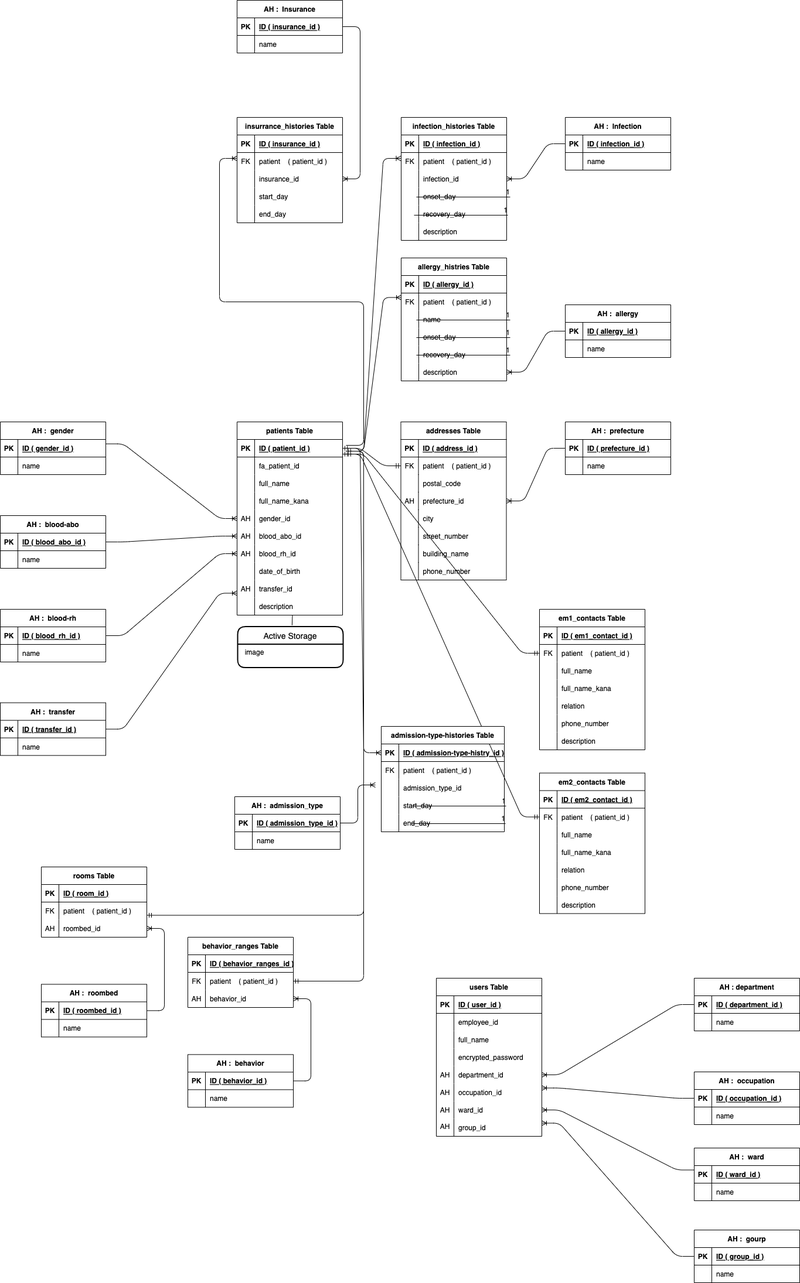
The draw.io diagram ER.png in Koi115/ekar, before a commit. Source tidied: cells renumbered, new cells last; positions are measured from the earlier drawing's top-left corner, leaving out a move shared by most shapes.
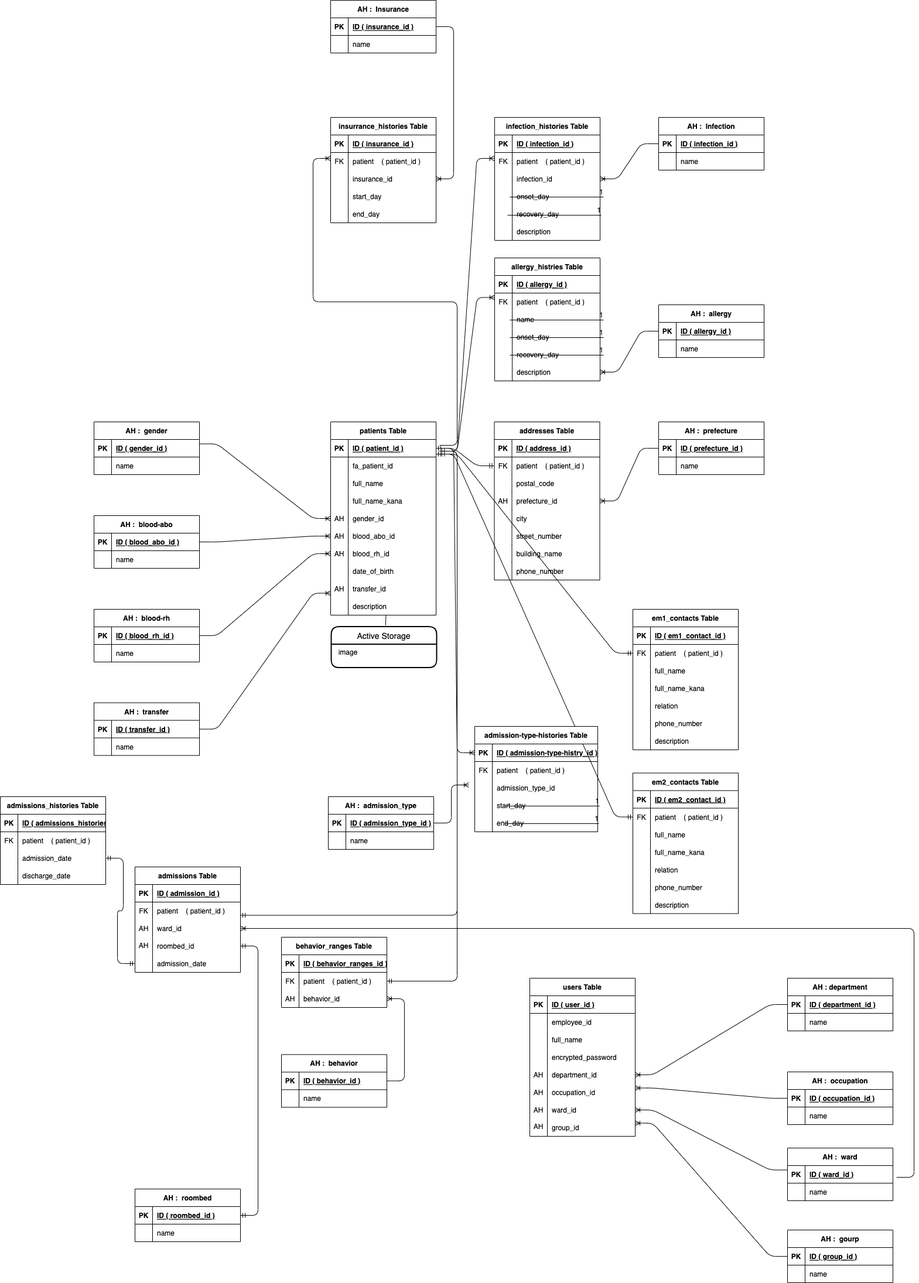
The same file after the commit.

Diff of the diagram source:
```diff
@@ -921,8 +921,8 @@
         <mxPoint x="640" y="1340" as="targetPoint" />
       </mxGeometry>
     </mxCell>
-    <mxCell id="303" value="rooms Table" style="shape=table;startSize=30;rowLines=0;fontStyle=1;align=center;" parent="1" vertex="1">
-      <mxGeometry x="70" y="1480" width="180" height="120" as="geometry" />
+    <mxCell id="303" value="admissions Table" style="shape=table;startSize=30;rowLines=0;fontStyle=1;align=center;" parent="1" vertex="1">
+      <mxGeometry x="70" y="1480" width="180" height="180" as="geometry" />
     </mxCell>
     <mxCell id="304" style="shape=tableRow;horizontal=0;startSize=0;swimlaneHead=0;swimlaneBody=0;fillColor=none;top=0;left=0;right=0;bottom=1;" parent="303" vertex="1">
       <mxGeometry y="30" width="180" height="30" as="geometry" />
@@ -930,7 +930,7 @@
     <mxCell id="305" value="PK" style="shape=partialRectangle;fillColor=none;top=0;left=0;bottom=0;right=0;fontStyle=1;overflow=hidden;" parent="304" vertex="1">
       <mxGeometry width="30" height="30" as="geometry" />
     </mxCell>
-    <mxCell id="306" value="ID ( room_id )" style="shape=partialRectangle;fillColor=none;top=0;left=0;bottom=0;right=0;align=left;spacingLeft=6;fontStyle=5;overflow=hidden;" parent="304" vertex="1">
+    <mxCell id="306" value="ID ( admission_id )" style="shape=partialRectangle;fillColor=none;top=0;left=0;bottom=0;right=0;align=left;spacingLeft=6;fontStyle=5;overflow=hidden;" parent="304" vertex="1">
       <mxGeometry x="30" width="150" height="30" as="geometry" />
     </mxCell>
     <mxCell id="307" style="shape=tableRow;horizontal=0;startSize=0;swimlaneHead=0;swimlaneBody=0;fillColor=none;top=0;left=0;right=0;bottom=0;" parent="303" vertex="1">
@@ -948,16 +948,34 @@
     <mxCell id="311" style="shape=partialRectangle;fillColor=none;top=0;left=0;bottom=0;right=0;overflow=hidden;" parent="310" vertex="1">
       <mxGeometry width="30" height="30" as="geometry" />
     </mxCell>
-    <mxCell id="312" value="roombed_id" style="shape=partialRectangle;fillColor=none;top=0;left=0;bottom=0;right=0;align=left;spacingLeft=6;overflow=hidden;" parent="310" vertex="1">
+    <mxCell id="312" value="ward_id" style="shape=partialRectangle;fillColor=none;top=0;left=0;bottom=0;right=0;align=left;spacingLeft=6;overflow=hidden;" parent="310" vertex="1">
       <mxGeometry x="30" width="150" height="30" as="geometry" />
     </mxCell>
+    <mxCell id="374" style="shape=tableRow;horizontal=0;startSize=0;swimlaneHead=0;swimlaneBody=0;fillColor=none;top=0;left=0;right=0;bottom=0;" parent="303" vertex="1">
+      <mxGeometry y="120" width="180" height="30" as="geometry" />
+    </mxCell>
+    <mxCell id="375" style="shape=partialRectangle;fillColor=none;top=0;left=0;bottom=0;right=0;overflow=hidden;" parent="374" vertex="1">
+      <mxGeometry width="30" height="30" as="geometry" />
+    </mxCell>
+    <mxCell id="376" value="roombed_id" style="shape=partialRectangle;fillColor=none;top=0;left=0;bottom=0;right=0;align=left;spacingLeft=6;overflow=hidden;" parent="374" vertex="1">
+      <mxGeometry x="30" width="150" height="30" as="geometry" />
+    </mxCell>
+    <mxCell id="377" style="shape=tableRow;horizontal=0;startSize=0;swimlaneHead=0;swimlaneBody=0;fillColor=none;top=0;left=0;right=0;bottom=0;" parent="303" vertex="1">
+      <mxGeometry y="150" width="180" height="30" as="geometry" />
+    </mxCell>
+    <mxCell id="378" style="shape=partialRectangle;fillColor=none;top=0;left=0;bottom=0;right=0;overflow=hidden;" parent="377" vertex="1">
+      <mxGeometry width="30" height="30" as="geometry" />
+    </mxCell>
+    <mxCell id="379" value="admission_date" style="shape=partialRectangle;fillColor=none;top=0;left=0;bottom=0;right=0;align=left;spacingLeft=6;overflow=hidden;" parent="377" vertex="1">
+      <mxGeometry x="30" width="150" height="30" as="geometry" />
+    </mxCell>
     <mxCell id="313" style="edgeStyle=entityRelationEdgeStyle;fontSize=12;html=1;endArrow=ERmandOne;startArrow=ERmandOne;entryX=1;entryY=0.75;entryDx=0;entryDy=0;" parent="1" edge="1" target="309">
       <mxGeometry relative="1" as="geometry">
         <mxPoint x="590" y="770" as="sourcePoint" />
       </mxGeometry>
     </mxCell>
     <mxCell id="314" value="AH :  roombed" style="shape=table;startSize=30;rowLines=0;fontStyle=1;align=center;" parent="1" vertex="1">
-      <mxGeometry x="70" y="1680.4" width="180" height="90" as="geometry" />
+      <mxGeometry x="70" y="2030" width="180" height="90" as="geometry" />
     </mxCell>
     <mxCell id="315" style="shape=tableRow;horizontal=0;startSize=0;swimlaneHead=0;swimlaneBody=0;fillColor=none;top=0;left=0;right=0;bottom=1;" parent="314" vertex="1">
       <mxGeometry y="30" width="180" height="30" as="geometry" />
@@ -977,9 +995,9 @@
     <mxCell id="320" value="name" style="shape=partialRectangle;fillColor=none;top=0;left=0;bottom=0;right=0;align=left;spacingLeft=6;fontStyle=0;overflow=hidden;" parent="318" vertex="1">
       <mxGeometry x="30" width="150" height="30" as="geometry" />
     </mxCell>
-    <mxCell id="321" style="edgeStyle=entityRelationEdgeStyle;fontSize=12;html=1;endArrow=ERoneToMany;exitX=1;exitY=0.5;exitDx=0;exitDy=0;entryX=1;entryY=0.5;entryDx=0;entryDy=0;exitPerimeter=0;" parent="1" edge="1" source="317" target="312">
-      <mxGeometry relative="1" as="geometry" />
-    </mxCell>
+    <mxCell id="380" style="edgeStyle=none;html=1;" parent="1" edge="1" source="322" target="312">
+      <mxGeometry relative="1" as="geometry" />
+    </mxCell>
     <mxCell id="322" value="AH" style="shape=partialRectangle;fillColor=none;top=0;left=0;bottom=0;right=0;fontStyle=0;overflow=hidden;" parent="1" vertex="1">
       <mxGeometry x="70" y="1570" width="30" height="30" as="geometry" />
     </mxCell>
@@ -1159,5 +1177,63 @@
     <mxCell id="373" style="edgeStyle=entityRelationEdgeStyle;fontSize=12;html=1;endArrow=ERoneToMany;exitX=0;exitY=0.5;exitDx=0;exitDy=0;entryX=1;entryY=0.25;entryDx=0;entryDy=0;" parent="1" edge="1" source="368" target="26">
       <mxGeometry relative="1" as="geometry" />
     </mxCell>
+    <mxCell id="381" value="AH" style="shape=partialRectangle;fillColor=none;top=0;left=0;bottom=0;right=0;fontStyle=0;overflow=hidden;" parent="1" vertex="1">
+      <mxGeometry x="70" y="1599" width="30" height="30" as="geometry" />
+    </mxCell>
+    <mxCell id="382" style="edgeStyle=entityRelationEdgeStyle;fontSize=12;html=1;endArrow=ERmandOne;startArrow=ERmandOne;entryX=1;entryY=0.5;entryDx=0;entryDy=0;exitX=1;exitY=0.5;exitDx=0;exitDy=0;" parent="1" edge="1" source="317" target="376">
+      <mxGeometry relative="1" as="geometry" />
+    </mxCell>
+    <mxCell id="383" value="admissions_histories Table" style="shape=table;startSize=30;rowLines=0;fontStyle=1;align=center;" parent="1" vertex="1">
+      <mxGeometry x="-160" y="1360" width="180" height="150" as="geometry" />
+    </mxCell>
+    <mxCell id="384" style="shape=tableRow;horizontal=0;startSize=0;swimlaneHead=0;swimlaneBody=0;fillColor=none;top=0;left=0;right=0;bottom=1;" parent="383" vertex="1">
+      <mxGeometry y="30" width="180" height="30" as="geometry" />
+    </mxCell>
+    <mxCell id="385" value="PK" style="shape=partialRectangle;fillColor=none;top=0;left=0;bottom=0;right=0;fontStyle=1;overflow=hidden;" parent="384" vertex="1">
+      <mxGeometry width="30" height="30" as="geometry" />
+    </mxCell>
+    <mxCell id="386" value="ID ( admissions_histories_id )" style="shape=partialRectangle;fillColor=none;top=0;left=0;bottom=0;right=0;align=left;spacingLeft=6;fontStyle=5;overflow=hidden;" parent="384" vertex="1">
+      <mxGeometry x="30" width="150" height="30" as="geometry" />
+    </mxCell>
+    <mxCell id="387" style="shape=tableRow;horizontal=0;startSize=0;swimlaneHead=0;swimlaneBody=0;fillColor=none;top=0;left=0;right=0;bottom=0;" parent="383" vertex="1">
+      <mxGeometry y="60" width="180" height="30" as="geometry" />
+    </mxCell>
+    <mxCell id="388" value="FK" style="shape=partialRectangle;fillColor=none;top=0;left=0;bottom=0;right=0;fontStyle=0;overflow=hidden;" parent="387" vertex="1">
+      <mxGeometry width="30" height="30" as="geometry" />
+    </mxCell>
+    <mxCell id="389" value="patient    ( patient_id )" style="shape=partialRectangle;fillColor=none;top=0;left=0;bottom=0;right=0;align=left;spacingLeft=6;fontStyle=0;overflow=hidden;" parent="387" vertex="1">
+      <mxGeometry x="30" width="150" height="30" as="geometry" />
+    </mxCell>
+    <mxCell id="390" style="shape=tableRow;horizontal=0;startSize=0;swimlaneHead=0;swimlaneBody=0;fillColor=none;top=0;left=0;right=0;bottom=0;" parent="383" vertex="1">
+      <mxGeometry y="90" width="180" height="30" as="geometry" />
+    </mxCell>
+    <mxCell id="391" style="shape=partialRectangle;fillColor=none;top=0;left=0;bottom=0;right=0;overflow=hidden;" parent="390" vertex="1">
+      <mxGeometry width="30" height="30" as="geometry" />
+    </mxCell>
+    <mxCell id="392" value="admission_date" style="shape=partialRectangle;fillColor=none;top=0;left=0;bottom=0;right=0;align=left;spacingLeft=6;overflow=hidden;" parent="390" vertex="1">
+      <mxGeometry x="30" width="150" height="30" as="geometry" />
+    </mxCell>
+    <mxCell id="393" style="shape=tableRow;horizontal=0;startSize=0;swimlaneHead=0;swimlaneBody=0;fillColor=none;top=0;left=0;right=0;bottom=0;" parent="383" vertex="1">
+      <mxGeometry y="120" width="180" height="30" as="geometry" />
+    </mxCell>
+    <mxCell id="394" style="shape=partialRectangle;fillColor=none;top=0;left=0;bottom=0;right=0;overflow=hidden;" parent="393" vertex="1">
+      <mxGeometry width="30" height="30" as="geometry" />
+    </mxCell>
+    <mxCell id="395" value="discharge_date" style="shape=partialRectangle;fillColor=none;top=0;left=0;bottom=0;right=0;align=left;spacingLeft=6;overflow=hidden;" parent="393" vertex="1">
+      <mxGeometry x="30" width="150" height="30" as="geometry" />
+    </mxCell>
+    <mxCell id="396" style="edgeStyle=none;html=1;" parent="1" edge="1" target="392">
+      <mxGeometry relative="1" as="geometry">
+        <mxPoint x="-130" y="1465" as="sourcePoint" />
+      </mxGeometry>
+    </mxCell>
+    <mxCell id="397" style="edgeStyle=entityRelationEdgeStyle;fontSize=12;html=1;endArrow=ERoneToMany;entryX=1;entryY=0.5;entryDx=0;entryDy=0;" parent="1" edge="1" target="312">
+      <mxGeometry relative="1" as="geometry">
+        <mxPoint x="1370" y="2010" as="sourcePoint" />
+      </mxGeometry>
+    </mxCell>
+    <mxCell id="398" style="edgeStyle=entityRelationEdgeStyle;fontSize=12;html=1;endArrow=ERmandOne;startArrow=ERmandOne;entryX=0;entryY=0.5;entryDx=0;entryDy=0;exitX=1;exitY=0.5;exitDx=0;exitDy=0;" parent="1" edge="1" source="392" target="378">
+      <mxGeometry relative="1" as="geometry" />
+    </mxCell>
   </root>
 </mxGraphModel>
```
